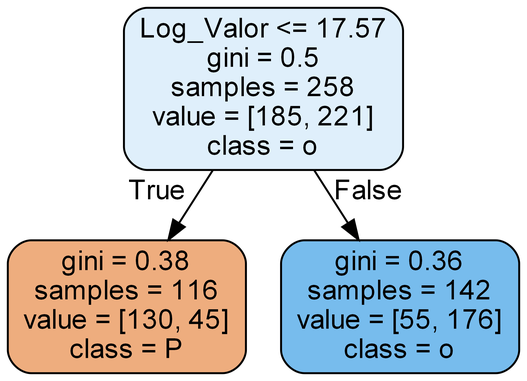
This is Análise/tree.png from Ronan-Castro/TransferMarketBrasileirao, a Graphviz export, as it was before one commit. Its source is kept beside it as Análise/tree.dot.
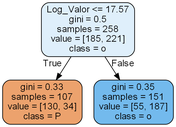
The same diagram one commit later.

Diff of the diagram source:
```diff
@@ -2,8 +2,8 @@
 node [shape=box, style="filled, rounded", color="black", fontname="helvetica"] ;
 edge [fontname="helvetica"] ;
 0 [label="Log_Valor <= 17.57\ngini = 0.5\nsamples = 258\nvalue = [185, 221]\nclass = o", fillcolor="#dfeffb"] ;
-1 [label="gini = 0.38\nsamples = 116\nvalue = [130, 45]\nclass = P", fillcolor="#eead7e"] ;
+1 [label="gini = 0.33\nsamples = 107\nvalue = [130, 34]\nclass = P", fillcolor="#eca26d"] ;
 0 -> 1 [labeldistance=2.5, labelangle=45, headlabel="True"] ;
-2 [label="gini = 0.36\nsamples = 142\nvalue = [55, 176]\nclass = o", fillcolor="#77bced"] ;
+2 [label="gini = 0.35\nsamples = 151\nvalue = [55, 187]\nclass = o", fillcolor="#73baed"] ;
 0 -> 2 [labeldistance=2.5, labelangle=-45, headlabel="False"] ;
 }
```
